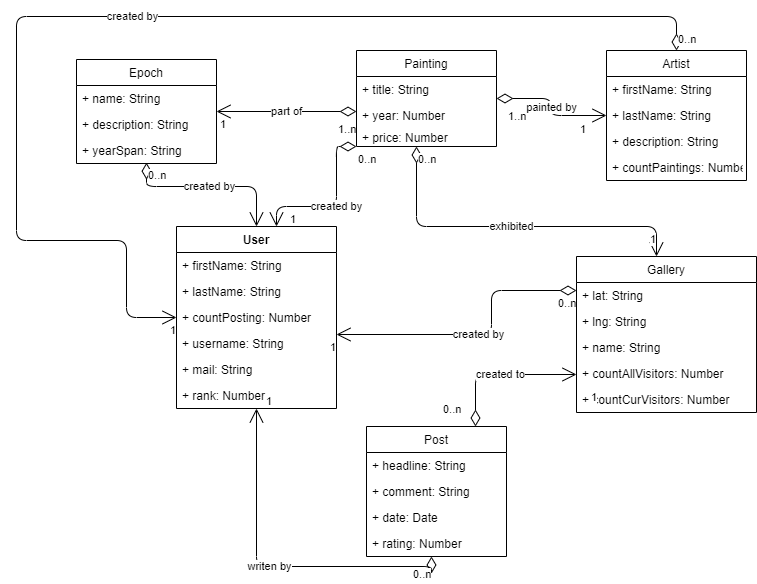
KonsumGandalf/AsteoBackend keeps this draw.io diagram as diagrams/schemas-v2.png. Above is the earlier version. Source tidied: cells renumbered, new cells last; positions are measured from the earlier drawing's top-left corner, leaving out a move shared by most shapes.
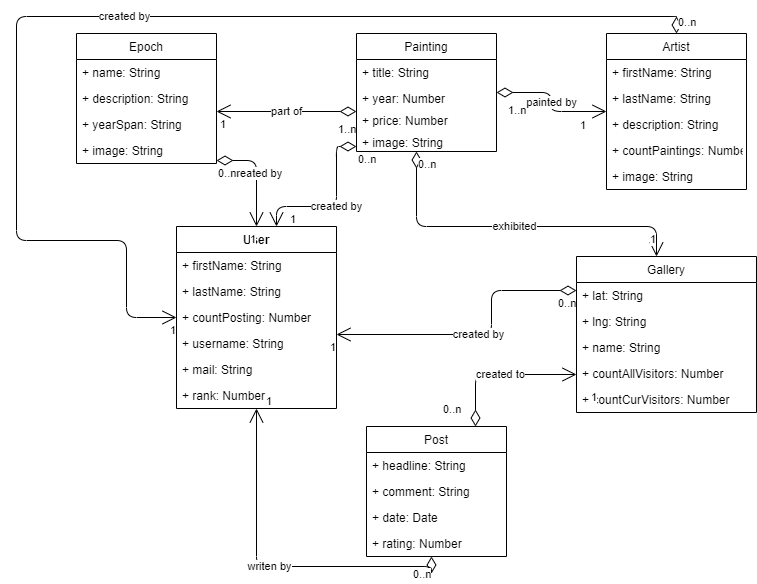
Above is the later version.

The edit, as a diff of the source:
```diff
@@ -3,7 +3,7 @@
     <mxCell id="0" />
     <mxCell id="1" parent="0" />
     <mxCell id="2" value="Painting" style="swimlane;fontStyle=0;horizontal=1;startSize=26;fillColor=default;" parent="1" vertex="1">
-      <mxGeometry x="340" y="34" width="140" height="96" as="geometry" />
+      <mxGeometry x="340" y="17" width="140" height="118" as="geometry" />
     </mxCell>
     <mxCell id="3" value="+ title: String" style="text;strokeColor=none;fillColor=none;align=left;verticalAlign=top;spacingLeft=4;spacingRight=4;overflow=hidden;" parent="2" vertex="1">
       <mxGeometry y="26" width="140" height="26" as="geometry" />
@@ -14,8 +14,11 @@
     <mxCell id="5" value="+ price: Number&#10;" style="text;strokeColor=none;fillColor=none;align=left;verticalAlign=top;spacingLeft=4;spacingRight=4;overflow=hidden;" parent="2" vertex="1">
       <mxGeometry y="74" width="140" height="22" as="geometry" />
     </mxCell>
+    <mxCell id="60" value="+ image: String&#10;" style="text;strokeColor=none;fillColor=none;align=left;verticalAlign=top;spacingLeft=4;spacingRight=4;overflow=hidden;" parent="2" vertex="1">
+      <mxGeometry y="96" width="140" height="22" as="geometry" />
+    </mxCell>
     <mxCell id="6" value="Epoch" style="swimlane;fontStyle=0;horizontal=1;startSize=26;fillColor=default;" parent="1" vertex="1">
-      <mxGeometry x="60" y="43" width="140" height="104" as="geometry" />
+      <mxGeometry x="60" y="17" width="140" height="130" as="geometry" />
     </mxCell>
     <mxCell id="7" value="+ name: String" style="text;strokeColor=none;fillColor=none;align=left;verticalAlign=top;spacingLeft=4;spacingRight=4;overflow=hidden;" parent="6" vertex="1">
       <mxGeometry y="26" width="140" height="26" as="geometry" />
@@ -26,21 +29,9 @@
     <mxCell id="9" value="+ yearSpan: String" style="text;strokeColor=none;fillColor=none;align=left;verticalAlign=top;spacingLeft=4;spacingRight=4;overflow=hidden;" parent="6" vertex="1">
       <mxGeometry y="78" width="140" height="26" as="geometry" />
     </mxCell>
-    <mxCell id="10" value="created by" style="endArrow=open;html=1;endSize=12;startArrow=diamondThin;startSize=14;startFill=0;edgeStyle=orthogonalEdgeStyle;" parent="6" edge="1" target="19">
-      <mxGeometry relative="1" as="geometry">
-        <mxPoint x="70" y="103.2" as="sourcePoint" />
-        <Array as="points">
-          <mxPoint x="70" y="127" />
-          <mxPoint x="180" y="127" />
-        </Array>
-      </mxGeometry>
-    </mxCell>
-    <mxCell id="11" value="0..n" style="edgeLabel;html=1;align=left;verticalAlign=top;" parent="10" vertex="1">
-      <mxGeometry x="-1" relative="1" as="geometry" />
-    </mxCell>
-    <mxCell id="12" value="1" style="edgeLabel;html=1;align=right;verticalAlign=top;" parent="10" vertex="1">
-      <mxGeometry x="1" relative="1" as="geometry" />
-    </mxCell>
+    <mxCell id="61" value="+ image: String" style="text;strokeColor=none;fillColor=none;align=left;verticalAlign=top;spacingLeft=4;spacingRight=4;overflow=hidden;" parent="6" vertex="1">
+      <mxGeometry y="104" width="140" height="26" as="geometry" />
+    </mxCell>
     <mxCell id="13" value="Gallery" style="swimlane;fontStyle=0;horizontal=1;startSize=26;fillColor=default;" parent="1" vertex="1">
       <mxGeometry x="560" y="240" width="180" height="156" as="geometry" />
     </mxCell>
@@ -81,7 +72,7 @@
       <mxGeometry y="156" width="160" height="26" as="geometry" />
     </mxCell>
     <mxCell id="26" value="Artist" style="swimlane;fontStyle=0;horizontal=1;startSize=26;fillColor=default;" parent="1" vertex="1">
-      <mxGeometry x="590" y="34" width="140" height="130" as="geometry" />
+      <mxGeometry x="590" y="17" width="140" height="156" as="geometry" />
     </mxCell>
     <mxCell id="27" value="+ firstName: String" style="text;strokeColor=none;fillColor=none;align=left;verticalAlign=top;spacingLeft=4;spacingRight=4;overflow=hidden;" parent="26" vertex="1">
       <mxGeometry y="26" width="140" height="26" as="geometry" />
@@ -95,6 +86,9 @@
     <mxCell id="30" value="+ countPaintings: Number" style="text;strokeColor=none;fillColor=none;align=left;verticalAlign=top;spacingLeft=4;spacingRight=4;overflow=hidden;" parent="26" vertex="1">
       <mxGeometry y="104" width="140" height="26" as="geometry" />
     </mxCell>
+    <mxCell id="62" value="+ image: String" style="text;strokeColor=none;fillColor=none;align=left;verticalAlign=top;spacingLeft=4;spacingRight=4;overflow=hidden;" parent="26" vertex="1">
+      <mxGeometry y="130" width="140" height="26" as="geometry" />
+    </mxCell>
     <mxCell id="31" value="Post" style="swimlane;fontStyle=0;horizontal=1;startSize=26;fillColor=default;" parent="1" vertex="1">
       <mxGeometry x="350" y="410" width="140" height="130" as="geometry" />
     </mxCell>
@@ -239,5 +233,18 @@
         <mxPoint x="20" y="-20" as="offset" />
       </mxGeometry>
     </mxCell>
+    <mxCell id="10" value="created by" style="endArrow=open;html=1;endSize=12;startArrow=diamondThin;startSize=14;startFill=0;edgeStyle=orthogonalEdgeStyle;" parent="1" edge="1" source="6" target="19">
+      <mxGeometry relative="1" as="geometry">
+        <Array as="points">
+          <mxPoint x="240" y="144" />
+        </Array>
+      </mxGeometry>
+    </mxCell>
+    <mxCell id="11" value="0..n" style="edgeLabel;html=1;align=left;verticalAlign=top;" parent="10" vertex="1">
+      <mxGeometry x="-1" relative="1" as="geometry" />
+    </mxCell>
+    <mxCell id="12" value="1" style="edgeLabel;html=1;align=right;verticalAlign=top;" parent="10" vertex="1">
+      <mxGeometry x="1" relative="1" as="geometry" />
+    </mxCell>
   </root>
 </mxGraphModel>
```
